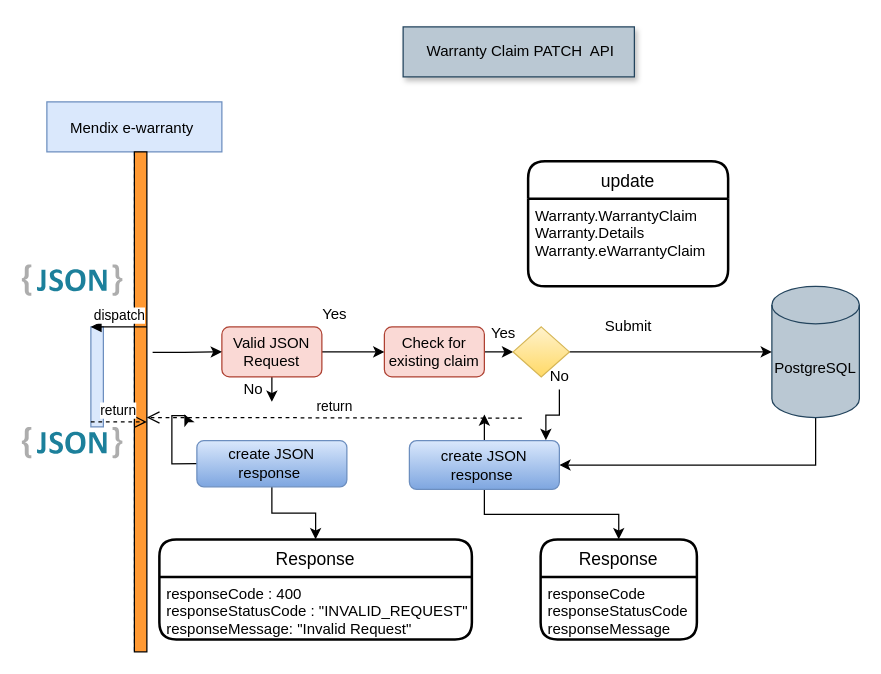
Above: Untitled Diagram.drawio in MrMetalAddict/Retail-Mon (draw.io), before the change. Source tidied: cells renumbered, new cells numbered last; positions are measured from the earlier drawing's top-left corner, leaving out a move shared by most shapes. Both pictures are drawn from the tidied source at 125%, with x=0, y=0 at pixel (21, 26).
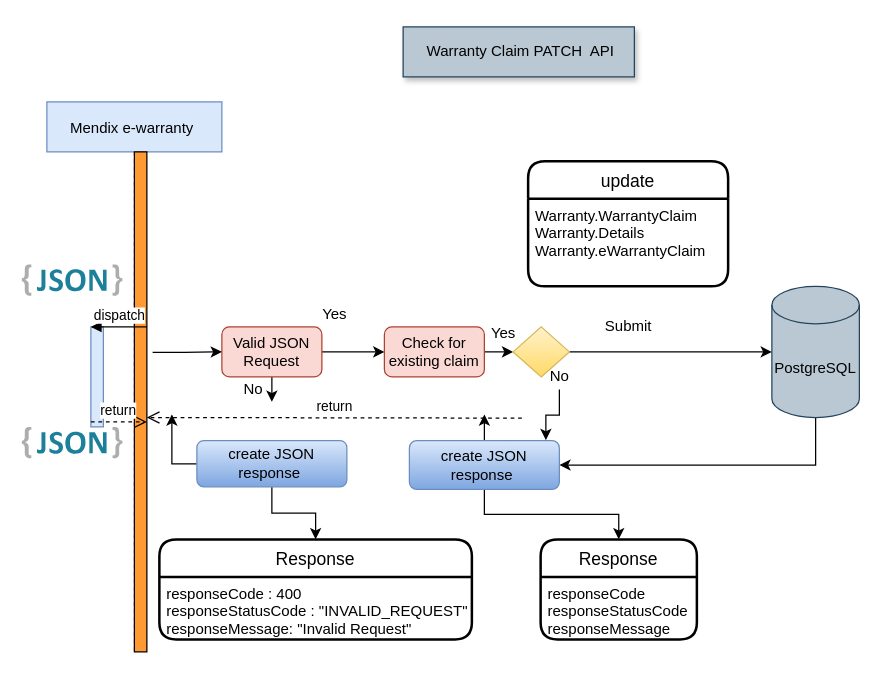
The same page after the edit.

The change refers to these unchanged cells:
```xml
<mxCell id="45" value="create JSON response&amp;nbsp;" style="rounded=1;whiteSpace=wrap;html=1;gradientColor=#7ea6e0;fillColor=#dae8fc;strokeColor=#6c8ebf;" parent="1" vertex="1">
  <mxGeometry x="140" y="331" width="120" height="36.9" as="geometry" />
</mxCell>
```

What changed in the source:
```diff
@@
-    <mxCell id="44" style="edgeStyle=orthogonalEdgeStyle;rounded=0;jettySize=auto;html=1;exitX=0;exitY=0.5;exitDx=0;exitDy=0;" parent="1" edge="1" source="45">
-      <mxGeometry relative="1" as="geometry">
-        <mxPoint x="130" y="310" as="targetPoint" />
-      </mxGeometry>
-    </mxCell>
+    <mxCell id="53" style="edgeStyle=orthogonalEdgeStyle;rounded=0;jettySize=auto;html=1;" parent="1" edge="1" source="45">
+      <mxGeometry relative="1" as="geometry">
+        <mxPoint x="120" y="310" as="targetPoint" />
+      </mxGeometry>
+    </mxCell>
```
